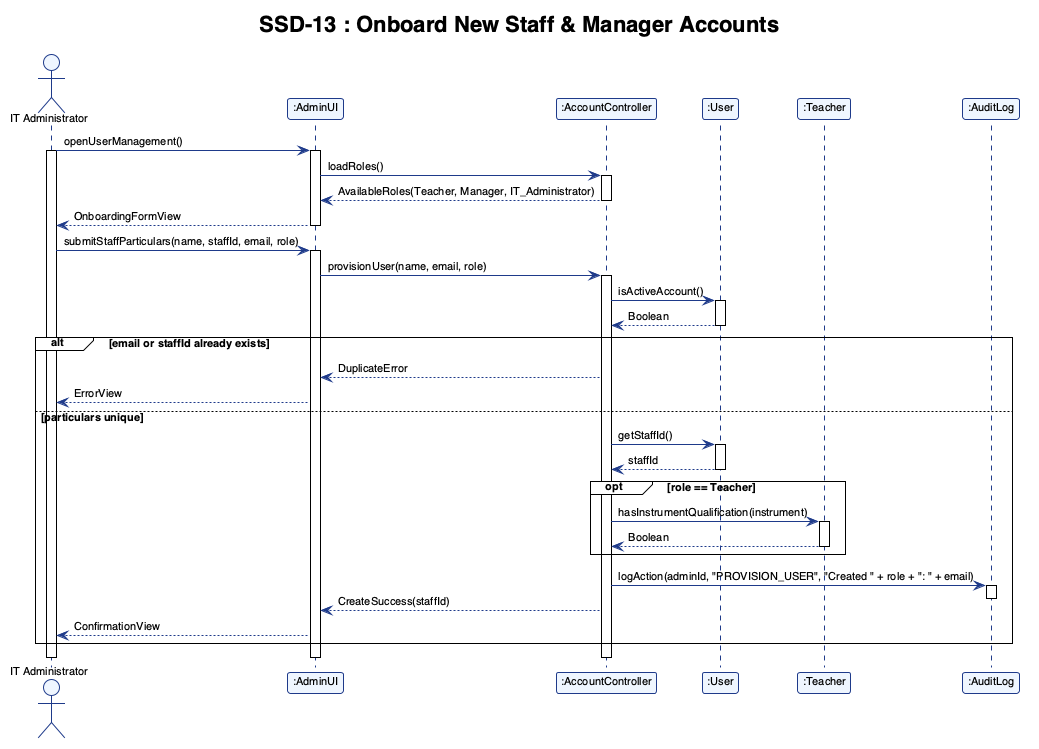
The PlantUML diagram report/assets/ssd_13.png in adoreblvnk/2001temp, before a commit.
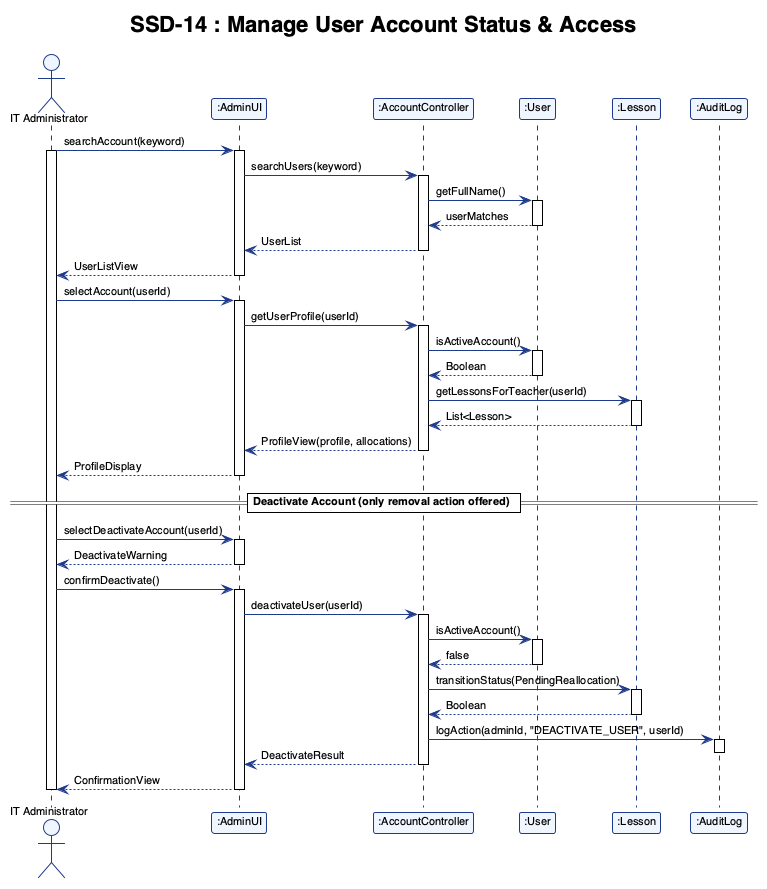
After the change.

Change to the diagram source:
```diff
@@ -1,4 +1,4 @@
-@startuml ssd_13
+@startuml ssd_14
 !theme plain
 skinparam shadowing false
 skinparam defaultFontName "Helvetica", "Arial", sans-serif
@@ -13,60 +13,76 @@
     ActorBackgroundColor #EFF6FF
 }
 
-title SSD-13 : Onboard New Staff & Manager Accounts
+title SSD-14 : Manage User Account Status & Access
 
 actor "IT Administrator" as ITAdmin
 participant ":AdminUI" as AdminUI
 participant ":AccountController" as AccountController
 participant ":User" as User
-participant ":Teacher" as Teacher
+participant ":Lesson" as Lesson
 participant ":AuditLog" as AuditLog
 
-ITAdmin -> AdminUI : openUserManagement()
+ITAdmin -> AdminUI : searchAccount(keyword)
 activate ITAdmin
 activate AdminUI
-AdminUI -> AccountController : loadRoles()
+AdminUI -> AccountController : searchUsers(keyword)
 activate AccountController
-AccountController --> AdminUI : AvailableRoles(Teacher, Manager, IT_Administrator)
+AccountController -> User : getFullName()
+activate User
+User --> AccountController : userMatches
+deactivate User
+AccountController --> AdminUI : UserList
 deactivate AccountController
-AdminUI --> ITAdmin : OnboardingFormView
+AdminUI --> ITAdmin : UserListView
 deactivate AdminUI
 
-ITAdmin -> AdminUI : submitStaffParticulars(name, staffId, email, role)
+ITAdmin -> AdminUI : selectAccount(userId)
 activate AdminUI
-AdminUI -> AccountController : provisionUser(name, email, role)
+AdminUI -> AccountController : getUserProfile(userId)
+activate AccountController
+AccountController -> User : isActiveAccount()
+activate User
+User --> AccountController : Boolean
+deactivate User
+AccountController -> Lesson : getLessonsForTeacher(userId)
+activate Lesson
+Lesson --> AccountController : List<Lesson>
+deactivate Lesson
+AccountController --> AdminUI : ProfileView(profile, allocations)
+deactivate AccountController
+AdminUI --> ITAdmin : ProfileDisplay
+deactivate AdminUI
+
+== Deactivate Account (only removal action offered) ==
+
+ITAdmin -> AdminUI : selectDeactivateAccount(userId)
+activate AdminUI
+AdminUI --> ITAdmin : DeactivateWarning
+deactivate AdminUI
+
+ITAdmin -> AdminUI : confirmDeactivate()
+activate AdminUI
+AdminUI -> AccountController : deactivateUser(userId)
 activate AccountController
 
 AccountController -> User : isActiveAccount()
 activate User
-User --> AccountController : Boolean
+User --> AccountController : false
 deactivate User
 
-alt email or staffId already exists
-    AccountController --> AdminUI : DuplicateError
-    AdminUI --> ITAdmin : ErrorView
-else particulars unique
-    AccountController -> User : getStaffId()
-    activate User
-    User --> AccountController : staffId
-    deactivate User
+AccountController -> Lesson : transitionStatus(PendingReallocation)
+activate Lesson
+Lesson --> AccountController : Boolean
+deactivate Lesson
 
-    opt role == Teacher
-        AccountController -> Teacher : hasInstrumentQualification(instrument)
-        activate Teacher
-        Teacher --> AccountController : Boolean
-        deactivate Teacher
-    end
+AccountController -> AuditLog : logAction(adminId, "DEACTIVATE_USER", userId)
+activate AuditLog
+deactivate AuditLog
 
-    AccountController -> AuditLog : logAction(adminId, "PROVISION_USER", "Created " + role + ": " + email)
-    activate AuditLog
-    deactivate AuditLog
+AccountController --> AdminUI : DeactivateResult
+deactivate AccountController
+AdminUI --> ITAdmin : ConfirmationView
+deactivate AdminUI
 
-    AccountController --> AdminUI : CreateSuccess(staffId)
-    AdminUI --> ITAdmin : ConfirmationView
-end
-
-deactivate AccountController
-deactivate AdminUI
 deactivate ITAdmin
 @enduml
```
